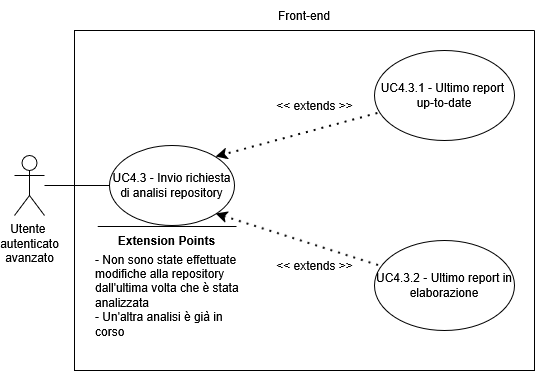
SkarabGroup/DocumentazioneProgetto keeps this draw.io diagram as assets/diagrams/UC4_3.png. Above is the earlier version. Source tidied: cells renumbered, new cells last; positions are measured from the earlier drawing's top-left corner, leaving out a move shared by most shapes.
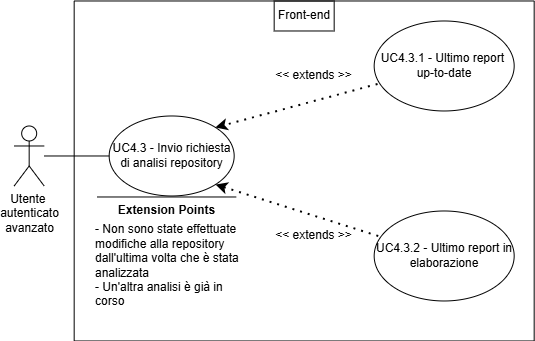
Above is the later version.

Diff of the diagram source:
```diff
@@ -5,47 +5,47 @@
     <mxCell id="2" value="&lt;div&gt;Utente&amp;nbsp;&lt;/div&gt;&lt;div&gt;autenticato&lt;/div&gt;&lt;div&gt;avanzato&lt;/div&gt;" style="shape=umlActor;verticalLabelPosition=bottom;verticalAlign=top;html=1;outlineConnect=0;" parent="1" vertex="1">
       <mxGeometry y="155" width="30" height="60" as="geometry" />
     </mxCell>
-    <mxCell id="3" style="swimlane;startSize=0;" parent="1" vertex="1">
-      <mxGeometry x="60" y="30" width="460" height="340" as="geometry" />
-    </mxCell>
+    <mxCell id="16" style="swimlane;startSize=0;" parent="1" vertex="1">
+      <mxGeometry x="60" y="30" width="460" height="340" as="geometry" />
+    </mxCell>
-    <mxCell id="4" value="UC4.3 - Invio richiesta di analisi repository" style="ellipse;whiteSpace=wrap;html=1;" parent="3" vertex="1">
+    <mxCell id="4" value="UC4.3 - Invio richiesta di analisi repository" style="ellipse;whiteSpace=wrap;html=1;" parent="16" vertex="1">
       <mxGeometry x="35" y="115" width="125" height="80" as="geometry" />
     </mxCell>
-    <mxCell id="5" value="&lt;div&gt;UC4.3.1 - Ultimo report&amp;nbsp;&lt;/div&gt;&lt;div&gt;up-to-date&lt;/div&gt;" style="ellipse;whiteSpace=wrap;html=1;" parent="3" vertex="1">
+    <mxCell id="5" value="&lt;div&gt;UC4.3.1 - Ultimo report&amp;nbsp;&lt;/div&gt;&lt;div&gt;up-to-date&lt;/div&gt;" style="ellipse;whiteSpace=wrap;html=1;" parent="16" vertex="1">
       <mxGeometry x="300" y="20" width="140" height="90" as="geometry" />
     </mxCell>
-    <mxCell id="6" style="endArrow=classic;dashed=1;html=1;dashPattern=1 3;strokeWidth=2;rounded=0;entryX=1;entryY=0;entryDx=0;entryDy=0;exitX=0.024;exitY=0.7;exitDx=0;exitDy=0;strokeColor=default;curved=0;endFill=1;endSize=6;exitPerimeter=0;" parent="3" edge="1" source="5" target="4">
+    <mxCell id="6" style="endArrow=classic;dashed=1;html=1;dashPattern=1 3;strokeWidth=2;rounded=0;entryX=1;entryY=0;entryDx=0;entryDy=0;exitX=0.024;exitY=0.7;exitDx=0;exitDy=0;strokeColor=default;curved=0;endFill=1;endSize=6;exitPerimeter=0;" parent="16" edge="1" source="5" target="4">
       <mxGeometry relative="1" as="geometry" />
     </mxCell>
-    <mxCell id="7" value="&lt;div&gt;&amp;lt;&amp;lt; extends &amp;gt;&amp;gt;&lt;/div&gt;" style="text;html=1;whiteSpace=wrap;strokeColor=none;fillColor=none;align=center;verticalAlign=middle;rounded=0;" parent="3" vertex="1">
+    <mxCell id="7" value="&lt;div&gt;&amp;lt;&amp;lt; extends &amp;gt;&amp;gt;&lt;/div&gt;" style="text;html=1;whiteSpace=wrap;strokeColor=none;fillColor=none;align=center;verticalAlign=middle;rounded=0;" parent="16" vertex="1">
       <mxGeometry x="192.5" y="60" width="95" height="30" as="geometry" />
     </mxCell>
-    <mxCell id="8" value="UC4.3.2 - Ultimo report in elaborazione" style="ellipse;whiteSpace=wrap;html=1;" parent="3" vertex="1">
+    <mxCell id="8" value="UC4.3.2 - Ultimo report in elaborazione" style="ellipse;whiteSpace=wrap;html=1;" parent="16" vertex="1">
       <mxGeometry x="300" y="210" width="140" height="90" as="geometry" />
     </mxCell>
-    <mxCell id="9" style="endArrow=classic;dashed=1;html=1;dashPattern=1 3;strokeWidth=2;rounded=0;entryX=1;entryY=1;entryDx=0;entryDy=0;exitX=0.029;exitY=0.278;exitDx=0;exitDy=0;strokeColor=default;curved=0;endFill=1;endSize=6;exitPerimeter=0;" parent="3" edge="1" source="8" target="4">
+    <mxCell id="9" style="endArrow=classic;dashed=1;html=1;dashPattern=1 3;strokeWidth=2;rounded=0;entryX=1;entryY=1;entryDx=0;entryDy=0;exitX=0.029;exitY=0.278;exitDx=0;exitDy=0;strokeColor=default;curved=0;endFill=1;endSize=6;exitPerimeter=0;" parent="16" edge="1" source="8" target="4">
       <mxGeometry relative="1" as="geometry" />
     </mxCell>
-    <mxCell id="10" value="&amp;lt;&amp;lt; extends &amp;gt;&amp;gt;" style="text;html=1;whiteSpace=wrap;strokeColor=none;fillColor=none;align=center;verticalAlign=middle;rounded=0;" parent="3" vertex="1">
+    <mxCell id="10" value="&amp;lt;&amp;lt; extends &amp;gt;&amp;gt;" style="text;html=1;whiteSpace=wrap;strokeColor=none;fillColor=none;align=center;verticalAlign=middle;rounded=0;" parent="16" vertex="1">
       <mxGeometry x="192.5" y="220" width="95" height="30" as="geometry" />
     </mxCell>
-    <mxCell id="11" style="endArrow=none;html=1;rounded=0;" parent="3" edge="1">
-      <mxGeometry relative="1" as="geometry">
-        <mxPoint x="162" y="196" as="sourcePoint" />
-        <mxPoint x="23.2" y="196" as="targetPoint" />
-      </mxGeometry>
-    </mxCell>
+    <mxCell id="17" style="endArrow=none;html=1;rounded=0;" parent="16" edge="1">
+      <mxGeometry relative="1" as="geometry">
+        <mxPoint x="162" y="196" as="sourcePoint" />
+        <mxPoint x="23.2" y="196" as="targetPoint" />
+      </mxGeometry>
+    </mxCell>
-    <mxCell id="12" value="&lt;b&gt;Extension Points&lt;/b&gt;" style="text;html=1;whiteSpace=wrap;strokeColor=none;fillColor=none;align=center;verticalAlign=middle;rounded=0;strokeWidth=5;" parent="3" vertex="1">
+    <mxCell id="12" value="&lt;b&gt;Extension Points&lt;/b&gt;" style="text;html=1;whiteSpace=wrap;strokeColor=none;fillColor=none;align=center;verticalAlign=middle;rounded=0;strokeWidth=5;" parent="16" vertex="1">
       <mxGeometry x="35" y="195" width="115" height="30" as="geometry" />
     </mxCell>
-    <mxCell id="13" value="&lt;div align=&quot;left&quot;&gt;- Non sono state effettuate modifiche alla repository dall'ultima volta che è stata analizzata&lt;/div&gt;&lt;div align=&quot;left&quot;&gt;- Un'altra analisi è già in corso&lt;/div&gt;" style="text;html=1;whiteSpace=wrap;strokeColor=none;fillColor=none;align=left;verticalAlign=middle;rounded=0;" parent="3" vertex="1">
+    <mxCell id="13" value="&lt;div align=&quot;left&quot;&gt;- Non sono state effettuate modifiche alla repository dall'ultima volta che è stata analizzata&lt;/div&gt;&lt;div align=&quot;left&quot;&gt;- Un'altra analisi è già in corso&lt;/div&gt;" style="text;html=1;whiteSpace=wrap;strokeColor=none;fillColor=none;align=left;verticalAlign=middle;rounded=0;" parent="16" vertex="1">
       <mxGeometry x="19" y="210" width="147" height="110" as="geometry" />
     </mxCell>
+    <mxCell id="15" value="Front-end" style="text;html=1;whiteSpace=wrap;strokeColor=default;fillColor=none;align=center;verticalAlign=middle;rounded=0;perimeterSpacing=1;" parent="16" vertex="1">
+      <mxGeometry x="200" width="60" height="30" as="geometry" />
+    </mxCell>
     <mxCell id="14" style="endArrow=none;html=1;rounded=0;entryX=0;entryY=0.5;entryDx=0;entryDy=0;" parent="1" edge="1" source="2" target="4">
       <mxGeometry relative="1" as="geometry" />
     </mxCell>
-    <mxCell id="15" value="Front-end" style="text;html=1;whiteSpace=wrap;strokeColor=none;fillColor=none;align=center;verticalAlign=middle;rounded=0;" parent="1" vertex="1">
-      <mxGeometry x="260" width="60" height="30" as="geometry" />
-    </mxCell>
   </root>
 </mxGraphModel>
```
